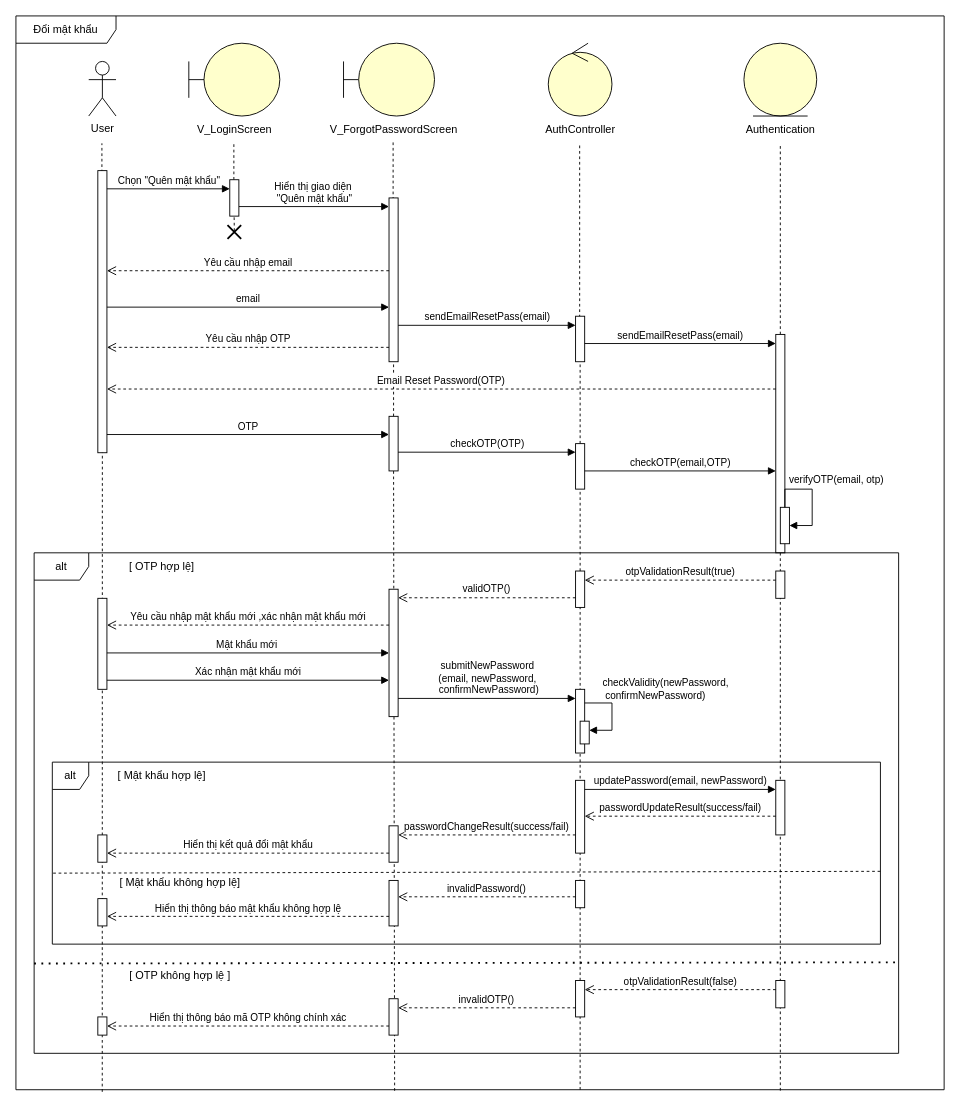
The draw.io diagram Sequence diagram/Login/forgot_password.drawio in cuongceg/BTL-IT3120, before the edit. Source tidied: cells renumbered, new cells numbered last; positions are measured from the earlier drawing's top-left corner, leaving out a move shared by most shapes. Both pictures are drawn from the tidied source at 91%, with x=0, y=0 at pixel (15, 15).
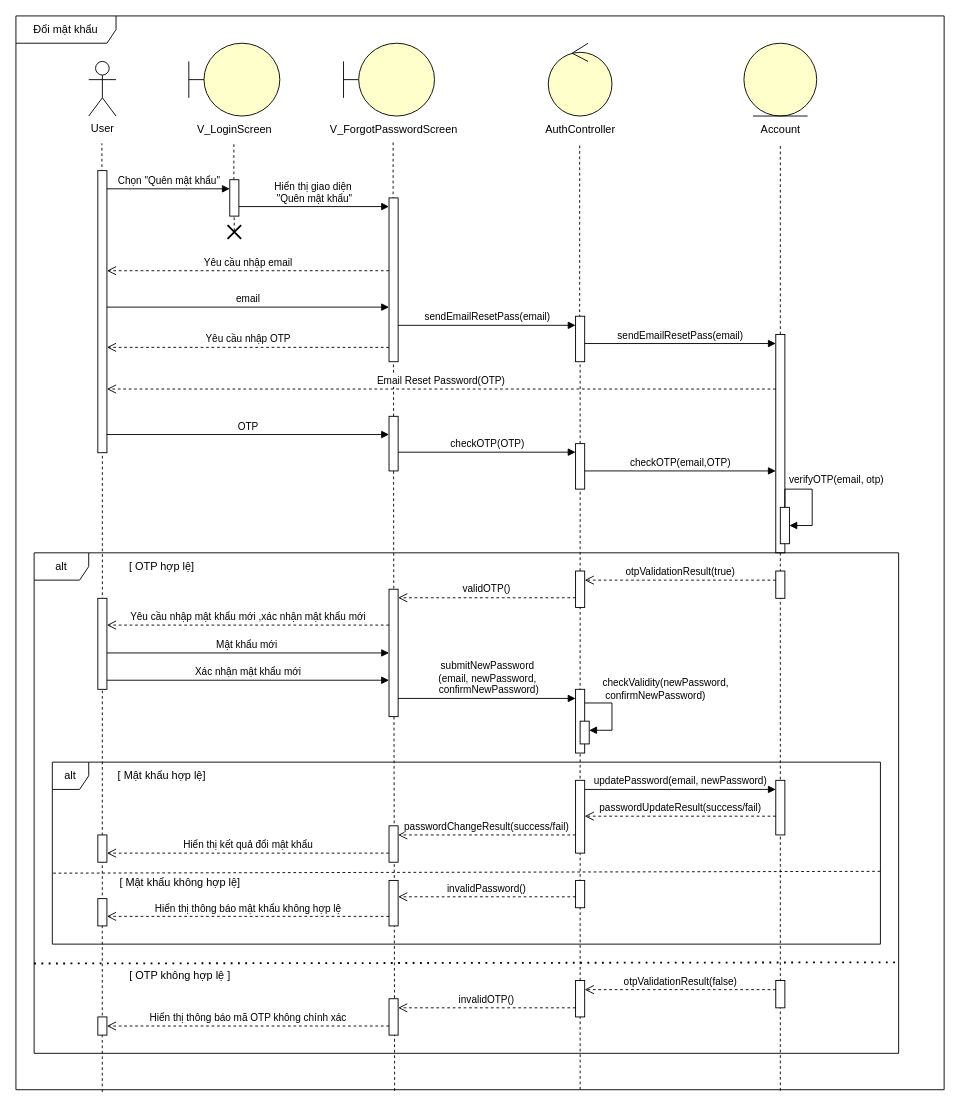
The same page after the edit.

Commit message:
Cập nhật forgot_password.drawio

The change refers to these unchanged cells:
```xml
<mxCell id="2" style="group;" parent="1" vertex="1">
  <mxGeometry width="1020" height="1181" as="geometry" />
</mxCell>
```

Diff of the diagram source:
```diff
@@
-    <mxCell id="43" value="&lt;span style=&quot;text-wrap-mode: wrap;&quot;&gt;Authentication&lt;/span&gt;" style="text;html=1;align=center;verticalAlign=middle;strokeColor=none;fillColor=none;" parent="2" vertex="1">
-      <mxGeometry x="790" y="110" width="100" height="30" as="geometry" />
+    <mxCell id="43" value="&lt;span style=&quot;text-wrap-mode: wrap;&quot;&gt;Account&lt;/span&gt;" style="text;html=1;align=center;verticalAlign=middle;strokeColor=none;fillColor=none;" parent="2" vertex="1">
+      <mxGeometry x="805" y="110" width="70" height="30" as="geometry" />
     </mxCell>
```
